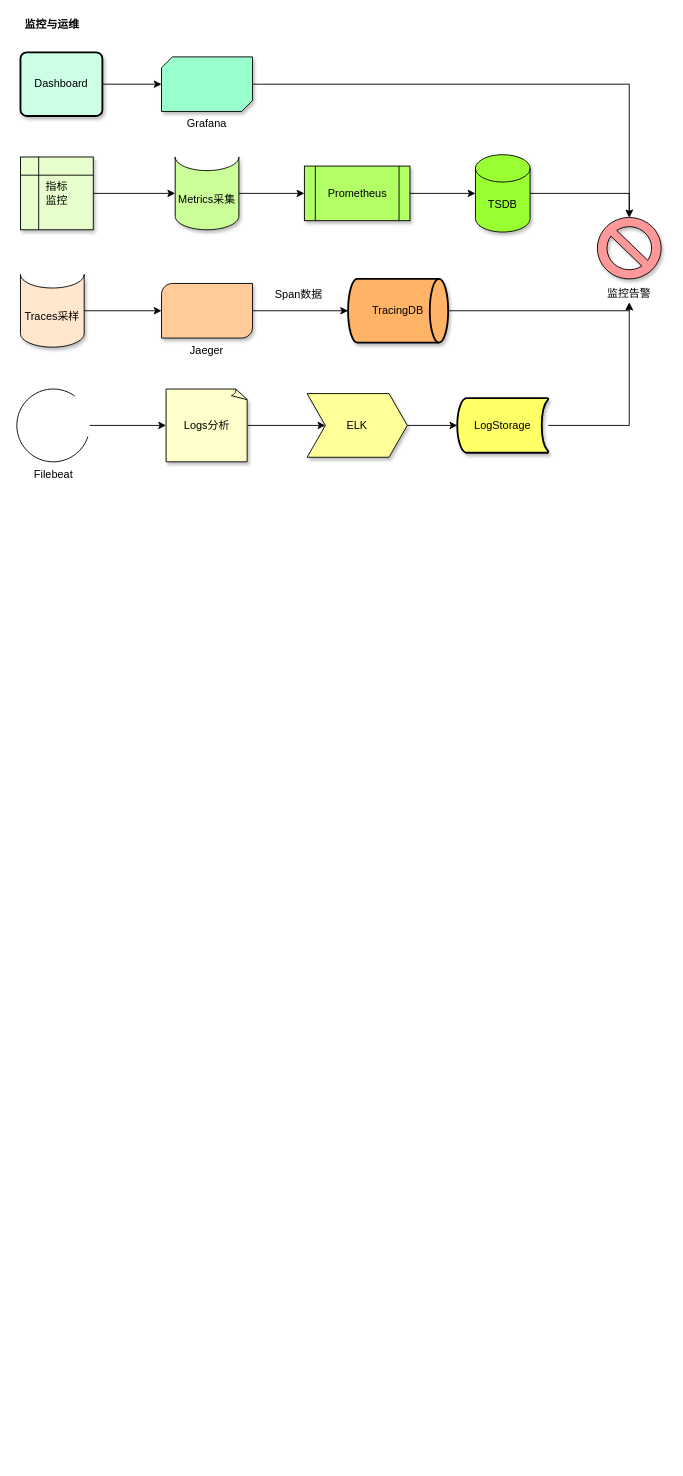
The draw.io diagram achitecture_diagram/监控与运维.drawio in abigalexy/online_drawing, before the edit. Source tidied: cells renumbered, new cells numbered last; positions are measured from the earlier drawing's top-left corner, leaving out a move shared by most shapes. Both pictures are drawn from the tidied source at 91%, with x=0, y=0 at pixel (16, 15).
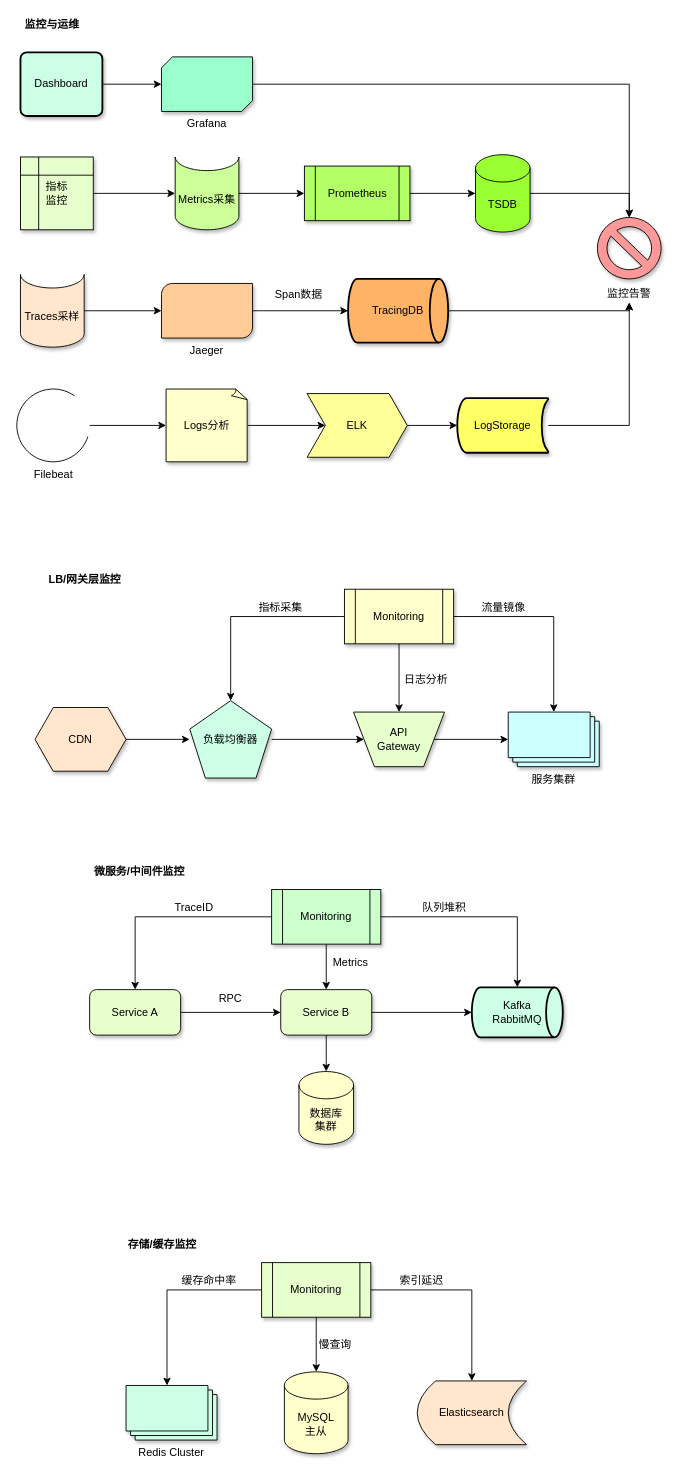
The same diagram, later.

Commit message:
更新监控与运维.drawio

Change to the diagram source:
```diff
@@
+    <mxCell id="33" style="group;" parent="1" vertex="1">
+      <mxGeometry x="20" y="610" width="620" height="227.5" as="geometry" />
+    </mxCell>
+    <mxCell id="34" value="&lt;b&gt;LB/网关层监控&lt;/b&gt;" style="text;strokeColor=none;align=center;fillColor=none;html=1;verticalAlign=middle;whiteSpace=wrap;rounded=0;" parent="33" vertex="1">
+      <mxGeometry x="10" width="90" height="20" as="geometry" />
+    </mxCell>
+    <mxCell id="35" style="edgeStyle=orthogonalEdgeStyle;rounded=0;jettySize=auto;html=1;exitX=1;exitY=0.5;exitDx=0;exitDy=0;" parent="33" edge="1" source="36" target="38">
+      <mxGeometry relative="1" as="geometry" />
+    </mxCell>
+    <mxCell id="36" value="CDN" style="shape=hexagon;perimeter=hexagonPerimeter2;whiteSpace=wrap;html=1;fixedSize=1;fillColor=#FFE6CC;shadow=1;" parent="33" vertex="1">
+      <mxGeometry y="150" width="100" height="70" as="geometry" />
+    </mxCell>
+    <mxCell id="37" style="edgeStyle=orthogonalEdgeStyle;rounded=0;jettySize=auto;html=1;" parent="33" edge="1" source="38" target="40">
+      <mxGeometry relative="1" as="geometry" />
+    </mxCell>
+    <mxCell id="38" value="负载均衡器" style="whiteSpace=wrap;html=1;shape=mxgraph.basic.pentagon;fillColor=#CCFFE6;shadow=1;" parent="33" vertex="1">
+      <mxGeometry x="170" y="142.5" width="90" height="85" as="geometry" />
+    </mxCell>
+    <mxCell id="39" style="edgeStyle=orthogonalEdgeStyle;rounded=0;jettySize=auto;html=1;" parent="33" edge="1" source="40" target="41">
+      <mxGeometry relative="1" as="geometry" />
+    </mxCell>
+    <mxCell id="40" value="API&lt;br&gt;Gateway" style="verticalLabelPosition=middle;verticalAlign=middle;html=1;shape=trapezoid;perimeter=trapezoidPerimeter;whiteSpace=wrap;size=0.23;arcSize=10;flipV=1;labelPosition=center;align=center;fillColor=#E6FFCC;shadow=1;" parent="33" vertex="1">
+      <mxGeometry x="350" y="155" width="100" height="60" as="geometry" />
+    </mxCell>
+    <mxCell id="41" value="服务集群" style="verticalLabelPosition=bottom;verticalAlign=top;html=1;shape=mxgraph.basic.layered_rect;dx=10;outlineConnect=0;whiteSpace=wrap;fillColor=#CCFFFF;shadow=1;" parent="33" vertex="1">
+      <mxGeometry x="520" y="155" width="100" height="60" as="geometry" />
+    </mxCell>
+    <mxCell id="42" style="edgeStyle=orthogonalEdgeStyle;rounded=0;jettySize=auto;html=1;" parent="33" edge="1" source="45" target="38">
+      <mxGeometry relative="1" as="geometry" />
+    </mxCell>
+    <mxCell id="43" style="edgeStyle=orthogonalEdgeStyle;rounded=0;jettySize=auto;html=1;entryX=0.5;entryY=0;entryDx=0;entryDy=0;" parent="33" edge="1" source="45" target="40">
+      <mxGeometry relative="1" as="geometry" />
+    </mxCell>
+    <mxCell id="44" style="edgeStyle=orthogonalEdgeStyle;rounded=0;jettySize=auto;html=1;" parent="33" edge="1" source="45" target="41">
+      <mxGeometry relative="1" as="geometry" />
+    </mxCell>
+    <mxCell id="45" value="Monitoring" style="shape=process;whiteSpace=wrap;html=1;backgroundOutline=1;fillColor=#FFFFCC;shadow=1;" parent="33" vertex="1">
+      <mxGeometry x="340" y="20" width="120" height="60" as="geometry" />
+    </mxCell>
+    <mxCell id="46" value="指标采集" style="text;strokeColor=none;align=center;fillColor=none;html=1;verticalAlign=middle;whiteSpace=wrap;rounded=0;" parent="33" vertex="1">
+      <mxGeometry x="240" y="30" width="60" height="20" as="geometry" />
+    </mxCell>
+    <mxCell id="47" value="日志分析" style="text;strokeColor=none;align=center;fillColor=none;html=1;verticalAlign=middle;whiteSpace=wrap;rounded=0;" parent="33" vertex="1">
+      <mxGeometry x="400" y="110" width="60" height="20" as="geometry" />
+    </mxCell>
+    <mxCell id="48" value="流量镜像" style="text;strokeColor=none;align=center;fillColor=none;html=1;verticalAlign=middle;whiteSpace=wrap;rounded=0;" parent="33" vertex="1">
+      <mxGeometry x="490" y="30" width="50" height="20" as="geometry" />
+    </mxCell>
+    <mxCell id="49" style="group;" parent="1" vertex="1">
+      <mxGeometry x="80" y="930" width="520" height="310" as="geometry" />
+    </mxCell>
+    <mxCell id="50" style="edgeStyle=orthogonalEdgeStyle;rounded=0;jettySize=auto;html=1;entryX=0;entryY=0.5;entryDx=0;entryDy=0;" parent="49" edge="1" source="51" target="52">
+      <mxGeometry relative="1" as="geometry" />
+    </mxCell>
+    <mxCell id="51" value="Service A" style="rounded=1;whiteSpace=wrap;html=1;fillColor=#E6FFCC;shadow=1;" parent="49" vertex="1">
+      <mxGeometry y="140" width="100" height="50" as="geometry" />
+    </mxCell>
+    <mxCell id="52" value="Service B" style="rounded=1;whiteSpace=wrap;html=1;fillColor=#E6FFCC;shadow=1;" parent="49" vertex="1">
+      <mxGeometry x="210" y="140" width="100" height="50" as="geometry" />
+    </mxCell>
+    <mxCell id="53" value="数据库&lt;br&gt;集群" style="shape=cylinder3;whiteSpace=wrap;html=1;boundedLbl=1;backgroundOutline=1;size=15;fillColor=#FFFFCC;shadow=1;" parent="49" vertex="1">
+      <mxGeometry x="230" y="230" width="60" height="80" as="geometry" />
+    </mxCell>
+    <mxCell id="54" value="Kafka&lt;br&gt;RabbitMQ" style="strokeWidth=2;html=1;shape=mxgraph.flowchart.direct_data;whiteSpace=wrap;fillColor=#CCFFE6;shadow=1;" parent="49" vertex="1">
+      <mxGeometry x="420" y="137.5" width="100" height="55" as="geometry" />
+    </mxCell>
+    <mxCell id="55" style="edgeStyle=orthogonalEdgeStyle;rounded=0;jettySize=auto;html=1;entryX=0.5;entryY=0;entryDx=0;entryDy=0;" parent="49" edge="1" source="57" target="51">
+      <mxGeometry relative="1" as="geometry" />
+    </mxCell>
+    <mxCell id="56" style="edgeStyle=orthogonalEdgeStyle;rounded=0;jettySize=auto;html=1;entryX=0.5;entryY=0;entryDx=0;entryDy=0;" parent="49" edge="1" source="57" target="52">
+      <mxGeometry relative="1" as="geometry" />
+    </mxCell>
+    <mxCell id="57" value="Monitoring" style="shape=process;whiteSpace=wrap;html=1;backgroundOutline=1;fillColor=#CCFFCC;shadow=1;" parent="49" vertex="1">
+      <mxGeometry x="200" y="30" width="120" height="60" as="geometry" />
+    </mxCell>
+    <mxCell id="58" style="edgeStyle=orthogonalEdgeStyle;rounded=0;jettySize=auto;html=1;entryX=0.5;entryY=0;entryDx=0;entryDy=0;entryPerimeter=0;" parent="49" edge="1" source="57" target="54">
+      <mxGeometry relative="1" as="geometry" />
+    </mxCell>
+    <mxCell id="59" style="edgeStyle=orthogonalEdgeStyle;rounded=0;jettySize=auto;html=1;entryX=0.5;entryY=0;entryDx=0;entryDy=0;entryPerimeter=0;" parent="49" edge="1" source="52" target="53">
+      <mxGeometry relative="1" as="geometry" />
+    </mxCell>
+    <mxCell id="60" style="edgeStyle=orthogonalEdgeStyle;rounded=0;jettySize=auto;html=1;entryX=0;entryY=0.5;entryDx=0;entryDy=0;entryPerimeter=0;" parent="49" edge="1" source="52" target="54">
+      <mxGeometry relative="1" as="geometry" />
+    </mxCell>
+    <mxCell id="61" value="TraceID" style="text;strokeColor=none;align=center;fillColor=none;html=1;verticalAlign=middle;whiteSpace=wrap;rounded=0;" parent="49" vertex="1">
+      <mxGeometry x="90" y="40" width="50" height="20" as="geometry" />
+    </mxCell>
+    <mxCell id="62" value="RPC" style="text;strokeColor=none;align=center;fillColor=none;html=1;verticalAlign=middle;whiteSpace=wrap;rounded=0;" parent="49" vertex="1">
+      <mxGeometry x="140" y="140" width="30" height="20" as="geometry" />
+    </mxCell>
+    <mxCell id="63" value="Metrics" style="text;strokeColor=none;align=center;fillColor=none;html=1;verticalAlign=middle;whiteSpace=wrap;rounded=0;" parent="49" vertex="1">
+      <mxGeometry x="264" y="100" width="46" height="20" as="geometry" />
+    </mxCell>
+    <mxCell id="64" value="队列堆积" style="text;strokeColor=none;align=center;fillColor=none;html=1;verticalAlign=middle;whiteSpace=wrap;rounded=0;" parent="49" vertex="1">
+      <mxGeometry x="360" y="40" width="60" height="20" as="geometry" />
+    </mxCell>
+    <mxCell id="65" value="&lt;b&gt;微服务/中间件监控&lt;/b&gt;" style="text;strokeColor=none;align=center;fillColor=none;html=1;verticalAlign=middle;whiteSpace=wrap;rounded=0;" parent="49" vertex="1">
+      <mxGeometry width="110" height="20" as="geometry" />
+    </mxCell>
+    <mxCell id="66" style="group;" parent="1" vertex="1">
+      <mxGeometry x="120" y="1340" width="440" height="240" as="geometry" />
+    </mxCell>
+    <mxCell id="67" style="edgeStyle=orthogonalEdgeStyle;rounded=0;jettySize=auto;html=1;entryX=0.5;entryY=0;entryDx=0;entryDy=0;" parent="66" edge="1" source="68" target="71">
+      <mxGeometry relative="1" as="geometry" />
+    </mxCell>
+    <mxCell id="68" value="Monitoring" style="shape=process;whiteSpace=wrap;html=1;backgroundOutline=1;fillColor=#E6FFCC;shadow=1;" parent="66" vertex="1">
+      <mxGeometry x="149" y="30" width="120" height="60" as="geometry" />
+    </mxCell>
+    <mxCell id="69" value="Redis Cluster" style="verticalLabelPosition=bottom;verticalAlign=top;html=1;shape=mxgraph.basic.layered_rect;dx=10;outlineConnect=0;whiteSpace=wrap;fillColor=#CCFFE6;shadow=1;" parent="66" vertex="1">
+      <mxGeometry y="165" width="100" height="60" as="geometry" />
+    </mxCell>
+    <mxCell id="70" value="MySQL&lt;br&gt;主从" style="shape=cylinder3;whiteSpace=wrap;html=1;boundedLbl=1;backgroundOutline=1;size=15;fillColor=#FFFFCC;shadow=1;" parent="66" vertex="1">
+      <mxGeometry x="174" y="150" width="70" height="90" as="geometry" />
+    </mxCell>
+    <mxCell id="71" value="Elasticsearch" style="shape=dataStorage;whiteSpace=wrap;html=1;fixedSize=1;fillColor=#FFE6CC;shadow=1;" parent="66" vertex="1">
+      <mxGeometry x="320" y="160" width="120" height="70" as="geometry" />
+    </mxCell>
+    <mxCell id="72" style="edgeStyle=orthogonalEdgeStyle;rounded=0;jettySize=auto;html=1;entryX=0;entryY=0;entryDx=45;entryDy=0;entryPerimeter=0;" parent="66" edge="1" source="68" target="69">
+      <mxGeometry relative="1" as="geometry" />
+    </mxCell>
+    <mxCell id="73" style="edgeStyle=orthogonalEdgeStyle;rounded=0;jettySize=auto;html=1;entryX=0.5;entryY=0;entryDx=0;entryDy=0;entryPerimeter=0;" parent="66" edge="1" source="68" target="70">
+      <mxGeometry relative="1" as="geometry" />
+    </mxCell>
+    <mxCell id="74" value="缓存命中率" style="text;strokeColor=none;align=center;fillColor=none;html=1;verticalAlign=middle;whiteSpace=wrap;rounded=0;" parent="66" vertex="1">
+      <mxGeometry x="60" y="40" width="62.5" height="20" as="geometry" />
+    </mxCell>
+    <mxCell id="75" value="慢查询" style="text;strokeColor=none;align=center;fillColor=none;html=1;verticalAlign=middle;whiteSpace=wrap;rounded=0;" parent="66" vertex="1">
+      <mxGeometry x="210" y="110" width="40" height="20" as="geometry" />
+    </mxCell>
+    <mxCell id="76" value="索引延迟" style="text;strokeColor=none;align=center;fillColor=none;html=1;verticalAlign=middle;whiteSpace=wrap;rounded=0;" parent="66" vertex="1">
+      <mxGeometry x="300" y="40" width="50" height="20" as="geometry" />
+    </mxCell>
+    <mxCell id="77" value="&lt;b&gt;存储/缓存监控&lt;/b&gt;" style="text;strokeColor=none;align=center;fillColor=none;html=1;verticalAlign=middle;whiteSpace=wrap;rounded=0;" parent="66" vertex="1">
+      <mxGeometry width="80" height="20" as="geometry" />
+    </mxCell>
```
